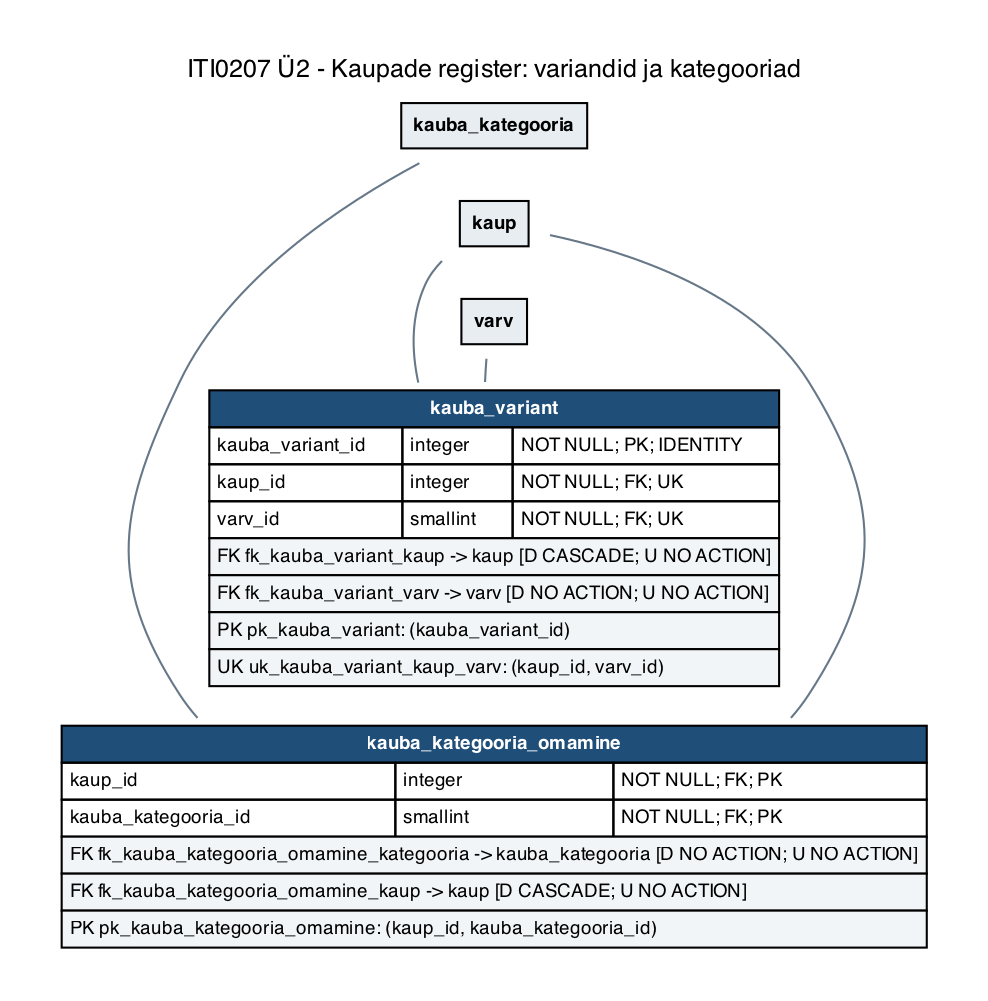
tamkivi/andmebaasid-projekt keeps this Graphviz diagram as iti0207-epood/docs/diagrams/u2-05c-kauba-seosed.png. Above is the earlier version. Its source is kept beside it as iti0207-epood/docs/diagrams/u2-05c-kauba-seosed.dot. Source of this version:
```dot
digraph G {
  graph [rankdir=TB, bgcolor=white, pad=0.1, nodesep=0.18, ranksep=0.15,
         fontname=Helvetica, fontsize=12, size="7.3,10.5", page="8.27,11.69", margin=0.2];
  node [shape=plaintext, fontname=Helvetica, fontsize=9];
  edge [color="#667788", dir=none, fontsize=8, fontname=Helvetica];
  labelloc="t";
  label="ITI0207 Ü2 - Kaupade register: variandid ja kategooriad";
  "kauba_variant" [label=<<TABLE BORDER="0" CELLBORDER="1" CELLSPACING="0" CELLPADDING="3"><TR><TD COLSPAN="3" BGCOLOR="#1f4e79"><FONT COLOR="white"><B>kauba_variant</B></FONT></TD></TR><TR><TD ALIGN="LEFT">kauba_variant_id</TD><TD ALIGN="LEFT">integer</TD><TD ALIGN="LEFT">NOT NULL; PK; IDENTITY</TD></TR><TR><TD ALIGN="LEFT">kaup_id</TD><TD ALIGN="LEFT">integer</TD><TD ALIGN="LEFT">NOT NULL; FK; UK</TD></TR><TR><TD ALIGN="LEFT">varv_id</TD><TD ALIGN="LEFT">smallint</TD><TD ALIGN="LEFT">NOT NULL; FK; UK</TD></TR><TR><TD COLSPAN="3" ALIGN="LEFT" BGCOLOR="#f2f5f8"><FONT POINT-SIZE="9">FK fk_kauba_variant_kaup -&gt; kaup [D CASCADE; U NO ACTION]</FONT></TD></TR><TR><TD COLSPAN="3" ALIGN="LEFT" BGCOLOR="#f2f5f8"><FONT POINT-SIZE="9">FK fk_kauba_variant_varv -&gt; varv [D NO ACTION; U NO ACTION]</FONT></TD></TR><TR><TD COLSPAN="3" ALIGN="LEFT" BGCOLOR="#f2f5f8"><FONT POINT-SIZE="9">PK pk_kauba_variant: (kauba_variant_id)</FONT></TD></TR><TR><TD COLSPAN="3" ALIGN="LEFT" BGCOLOR="#f2f5f8"><FONT POINT-SIZE="9">UK uk_kauba_variant_kaup_varv: (kaup_id, varv_id)</FONT></TD></TR></TABLE>>];
  "kauba_kategooria_omamine" [label=<<TABLE BORDER="0" CELLBORDER="1" CELLSPACING="0" CELLPADDING="3"><TR><TD COLSPAN="3" BGCOLOR="#1f4e79"><FONT COLOR="white"><B>kauba_kategooria_omamine</B></FONT></TD></TR><TR><TD ALIGN="LEFT">kaup_id</TD><TD ALIGN="LEFT">integer</TD><TD ALIGN="LEFT">NOT NULL; FK; PK</TD></TR><TR><TD ALIGN="LEFT">kauba_kategooria_id</TD><TD ALIGN="LEFT">smallint</TD><TD ALIGN="LEFT">NOT NULL; FK; PK</TD></TR><TR><TD COLSPAN="3" ALIGN="LEFT" BGCOLOR="#f2f5f8"><FONT POINT-SIZE="9">FK fk_kauba_kategooria_omamine_kategooria -&gt; kauba_kategooria [D NO ACTION; U NO ACTION]</FONT></TD></TR><TR><TD COLSPAN="3" ALIGN="LEFT" BGCOLOR="#f2f5f8"><FONT POINT-SIZE="9">FK fk_kauba_kategooria_omamine_kaup -&gt; kaup [D CASCADE; U NO ACTION]</FONT></TD></TR><TR><TD COLSPAN="3" ALIGN="LEFT" BGCOLOR="#f2f5f8"><FONT POINT-SIZE="9">PK pk_kauba_kategooria_omamine: (kaup_id, kauba_kategooria_id)</FONT></TD></TR></TABLE>>];
  "kauba_kategooria" [label=<<TABLE BORDER="0" CELLBORDER="1" CELLSPACING="0" CELLPADDING="5"><TR><TD BGCOLOR="#e8edf2"><B>kauba_kategooria</B></TD></TR></TABLE>>];
  "kaup" [label=<<TABLE BORDER="0" CELLBORDER="1" CELLSPACING="0" CELLPADDING="5"><TR><TD BGCOLOR="#e8edf2"><B>kaup</B></TD></TR></TABLE>>];
  "varv" [label=<<TABLE BORDER="0" CELLBORDER="1" CELLSPACING="0" CELLPADDING="5"><TR><TD BGCOLOR="#e8edf2"><B>varv</B></TD></TR></TABLE>>];
  "kauba_kategooria" -> "kauba_kategooria_omamine";
  "kaup" -> "kauba_kategooria_omamine";
  "kaup" -> "kauba_variant";
  "varv" -> "kauba_variant";
  "kauba_kategooria" -> "kaup" [style=invis, weight=100];
  "kaup" -> "varv" [style=invis, weight=100];
  "varv" -> "kauba_variant" [style=invis, weight=100];
  "kauba_variant" -> "kauba_kategooria_omamine" [style=invis, weight=100];
}
```
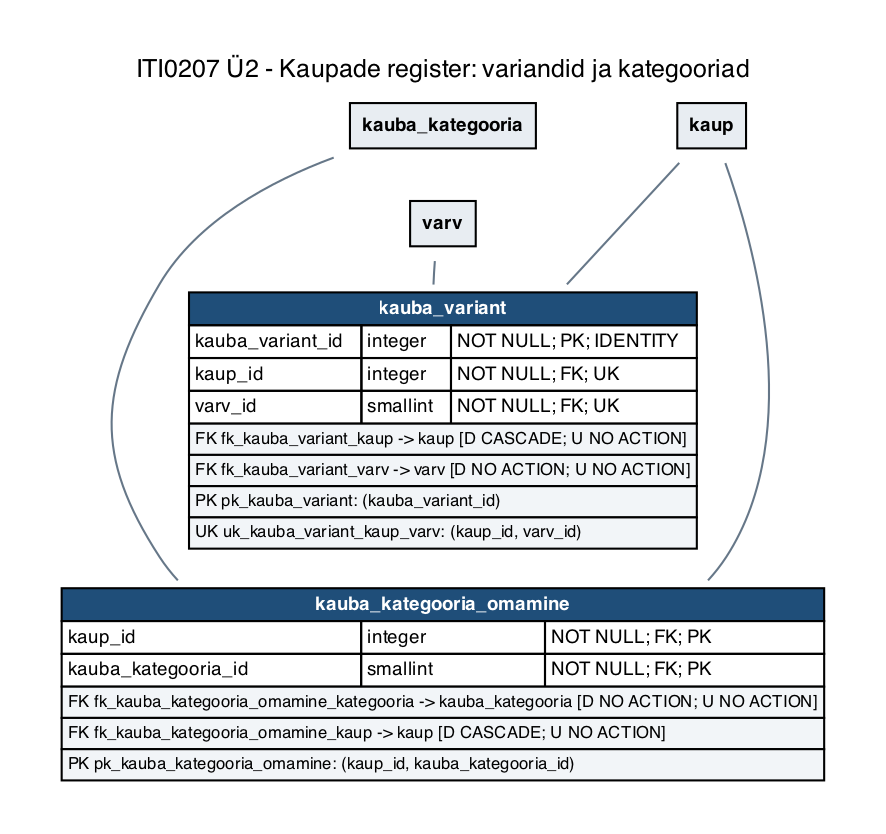
Later version of the same file.

Diff of the diagram source:
```diff
@@ -5,8 +5,8 @@
   edge [color="#667788", dir=none, fontsize=8, fontname=Helvetica];
   labelloc="t";
   label="ITI0207 Ü2 - Kaupade register: variandid ja kategooriad";
-  "kauba_variant" [label=<<TABLE BORDER="0" CELLBORDER="1" CELLSPACING="0" CELLPADDING="3"><TR><TD COLSPAN="3" BGCOLOR="#1f4e79"><FONT COLOR="white"><B>kauba_variant</B></FONT></TD></TR><TR><TD ALIGN="LEFT">kauba_variant_id</TD><TD ALIGN="LEFT">integer</TD><TD ALIGN="LEFT">NOT NULL; PK; IDENTITY</TD></TR><TR><TD ALIGN="LEFT">kaup_id</TD><TD ALIGN="LEFT">integer</TD><TD ALIGN="LEFT">NOT NULL; FK; UK</TD></TR><TR><TD ALIGN="LEFT">varv_id</TD><TD ALIGN="LEFT">smallint</TD><TD ALIGN="LEFT">NOT NULL; FK; UK</TD></TR><TR><TD COLSPAN="3" ALIGN="LEFT" BGCOLOR="#f2f5f8"><FONT POINT-SIZE="9">FK fk_kauba_variant_kaup -&gt; kaup [D CASCADE; U NO ACTION]</FONT></TD></TR><TR><TD COLSPAN="3" ALIGN="LEFT" BGCOLOR="#f2f5f8"><FONT POINT-SIZE="9">FK fk_kauba_variant_varv -&gt; varv [D NO ACTION; U NO ACTION]</FONT></TD></TR><TR><TD COLSPAN="3" ALIGN="LEFT" BGCOLOR="#f2f5f8"><FONT POINT-SIZE="9">PK pk_kauba_variant: (kauba_variant_id)</FONT></TD></TR><TR><TD COLSPAN="3" ALIGN="LEFT" BGCOLOR="#f2f5f8"><FONT POINT-SIZE="9">UK uk_kauba_variant_kaup_varv: (kaup_id, varv_id)</FONT></TD></TR></TABLE>>];
-  "kauba_kategooria_omamine" [label=<<TABLE BORDER="0" CELLBORDER="1" CELLSPACING="0" CELLPADDING="3"><TR><TD COLSPAN="3" BGCOLOR="#1f4e79"><FONT COLOR="white"><B>kauba_kategooria_omamine</B></FONT></TD></TR><TR><TD ALIGN="LEFT">kaup_id</TD><TD ALIGN="LEFT">integer</TD><TD ALIGN="LEFT">NOT NULL; FK; PK</TD></TR><TR><TD ALIGN="LEFT">kauba_kategooria_id</TD><TD ALIGN="LEFT">smallint</TD><TD ALIGN="LEFT">NOT NULL; FK; PK</TD></TR><TR><TD COLSPAN="3" ALIGN="LEFT" BGCOLOR="#f2f5f8"><FONT POINT-SIZE="9">FK fk_kauba_kategooria_omamine_kategooria -&gt; kauba_kategooria [D NO ACTION; U NO ACTION]</FONT></TD></TR><TR><TD COLSPAN="3" ALIGN="LEFT" BGCOLOR="#f2f5f8"><FONT POINT-SIZE="9">FK fk_kauba_kategooria_omamine_kaup -&gt; kaup [D CASCADE; U NO ACTION]</FONT></TD></TR><TR><TD COLSPAN="3" ALIGN="LEFT" BGCOLOR="#f2f5f8"><FONT POINT-SIZE="9">PK pk_kauba_kategooria_omamine: (kaup_id, kauba_kategooria_id)</FONT></TD></TR></TABLE>>];
+  "kauba_variant" [label=<<TABLE BORDER="0" CELLBORDER="1" CELLSPACING="0" CELLPADDING="2"><TR><TD COLSPAN="3" BGCOLOR="#1f4e79"><FONT COLOR="white"><B>kauba_variant</B></FONT></TD></TR><TR><TD ALIGN="LEFT">kauba_variant_id</TD><TD ALIGN="LEFT">integer</TD><TD ALIGN="LEFT">NOT NULL; PK; IDENTITY</TD></TR><TR><TD ALIGN="LEFT">kaup_id</TD><TD ALIGN="LEFT">integer</TD><TD ALIGN="LEFT">NOT NULL; FK; UK</TD></TR><TR><TD ALIGN="LEFT">varv_id</TD><TD ALIGN="LEFT">smallint</TD><TD ALIGN="LEFT">NOT NULL; FK; UK</TD></TR><TR><TD COLSPAN="3" ALIGN="LEFT" BGCOLOR="#f2f5f8"><FONT POINT-SIZE="8">FK fk_kauba_variant_kaup -&gt; kaup [D CASCADE; U NO ACTION]</FONT></TD></TR><TR><TD COLSPAN="3" ALIGN="LEFT" BGCOLOR="#f2f5f8"><FONT POINT-SIZE="8">FK fk_kauba_variant_varv -&gt; varv [D NO ACTION; U NO ACTION]</FONT></TD></TR><TR><TD COLSPAN="3" ALIGN="LEFT" BGCOLOR="#f2f5f8"><FONT POINT-SIZE="8">PK pk_kauba_variant: (kauba_variant_id)</FONT></TD></TR><TR><TD COLSPAN="3" ALIGN="LEFT" BGCOLOR="#f2f5f8"><FONT POINT-SIZE="8">UK uk_kauba_variant_kaup_varv: (kaup_id, varv_id)</FONT></TD></TR></TABLE>>];
+  "kauba_kategooria_omamine" [label=<<TABLE BORDER="0" CELLBORDER="1" CELLSPACING="0" CELLPADDING="2"><TR><TD COLSPAN="3" BGCOLOR="#1f4e79"><FONT COLOR="white"><B>kauba_kategooria_omamine</B></FONT></TD></TR><TR><TD ALIGN="LEFT">kaup_id</TD><TD ALIGN="LEFT">integer</TD><TD ALIGN="LEFT">NOT NULL; FK; PK</TD></TR><TR><TD ALIGN="LEFT">kauba_kategooria_id</TD><TD ALIGN="LEFT">smallint</TD><TD ALIGN="LEFT">NOT NULL; FK; PK</TD></TR><TR><TD COLSPAN="3" ALIGN="LEFT" BGCOLOR="#f2f5f8"><FONT POINT-SIZE="8">FK fk_kauba_kategooria_omamine_kategooria -&gt; kauba_kategooria [D NO ACTION; U NO ACTION]</FONT></TD></TR><TR><TD COLSPAN="3" ALIGN="LEFT" BGCOLOR="#f2f5f8"><FONT POINT-SIZE="8">FK fk_kauba_kategooria_omamine_kaup -&gt; kaup [D CASCADE; U NO ACTION]</FONT></TD></TR><TR><TD COLSPAN="3" ALIGN="LEFT" BGCOLOR="#f2f5f8"><FONT POINT-SIZE="8">PK pk_kauba_kategooria_omamine: (kaup_id, kauba_kategooria_id)</FONT></TD></TR></TABLE>>];
   "kauba_kategooria" [label=<<TABLE BORDER="0" CELLBORDER="1" CELLSPACING="0" CELLPADDING="5"><TR><TD BGCOLOR="#e8edf2"><B>kauba_kategooria</B></TD></TR></TABLE>>];
   "kaup" [label=<<TABLE BORDER="0" CELLBORDER="1" CELLSPACING="0" CELLPADDING="5"><TR><TD BGCOLOR="#e8edf2"><B>kaup</B></TD></TR></TABLE>>];
   "varv" [label=<<TABLE BORDER="0" CELLBORDER="1" CELLSPACING="0" CELLPADDING="5"><TR><TD BGCOLOR="#e8edf2"><B>varv</B></TD></TR></TABLE>>];
@@ -14,8 +14,8 @@
   "kaup" -> "kauba_kategooria_omamine";
   "kaup" -> "kauba_variant";
   "varv" -> "kauba_variant";
-  "kauba_kategooria" -> "kaup" [style=invis, weight=100];
-  "kaup" -> "varv" [style=invis, weight=100];
+  { rank=same; "kauba_kategooria"; "kaup"; }
+  "kauba_kategooria" -> "varv" [style=invis, weight=100];
   "varv" -> "kauba_variant" [style=invis, weight=100];
   "kauba_variant" -> "kauba_kategooria_omamine" [style=invis, weight=100];
 }
```
